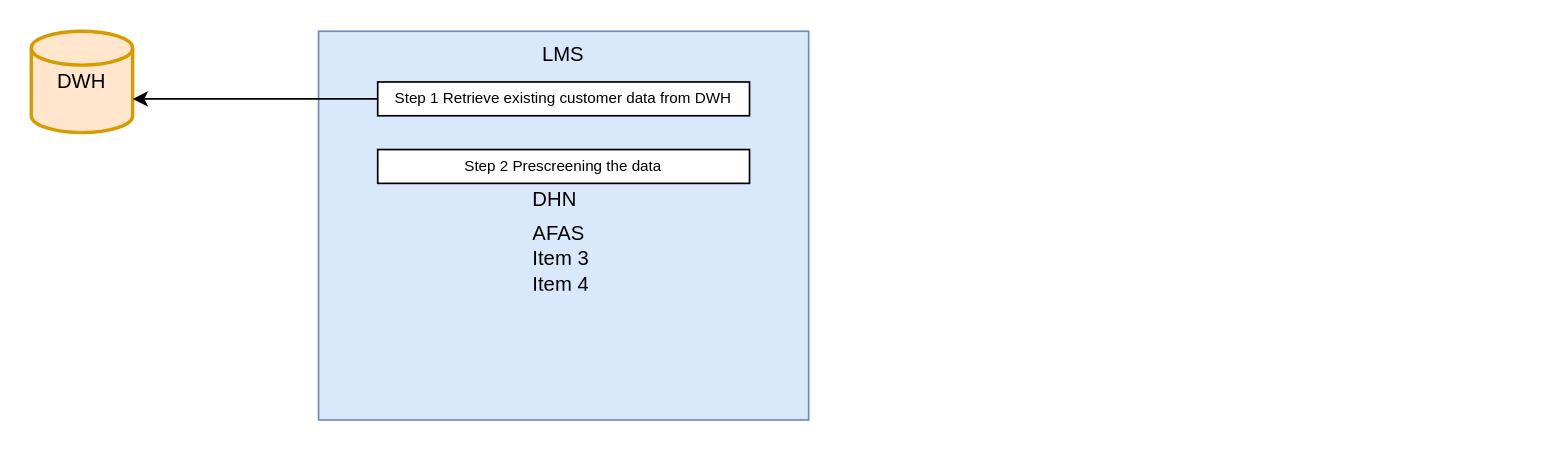
Above: Vell pre-approve.drawio in paidaxingz/draw.io (draw.io), before the change. Source tidied: cells renumbered, new cells numbered last; positions are measured from the earlier drawing's top-left corner, leaving out a move shared by most shapes. Both pictures are drawn from the tidied source at 169%, with x=0, y=0 at pixel (30, 30).
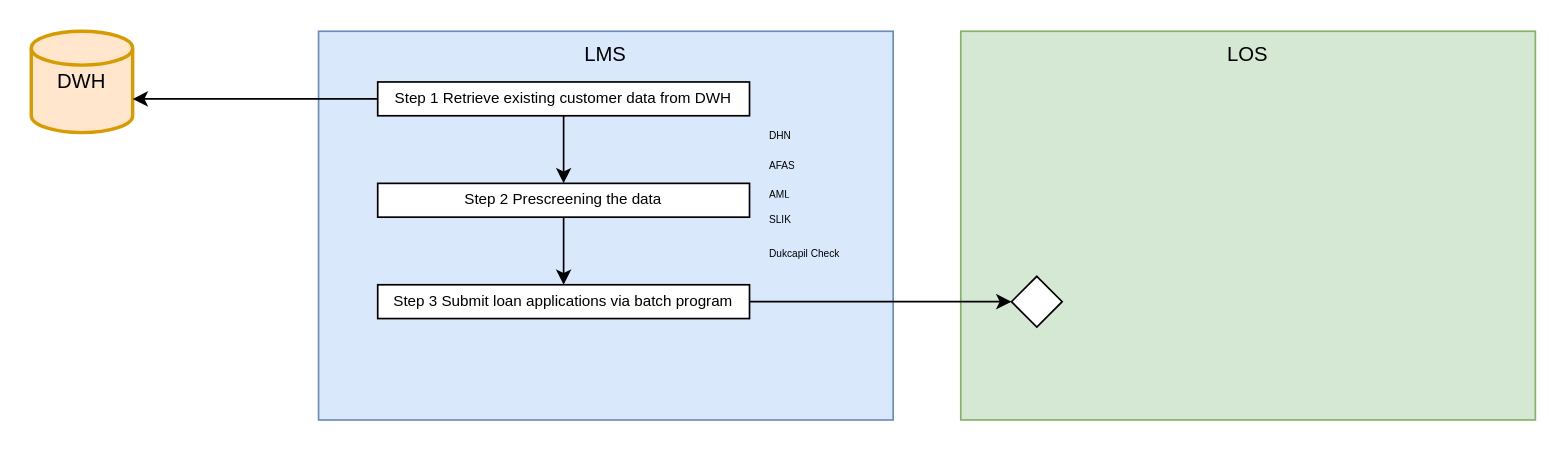
The same diagram, later.

The change refers to these unchanged cells:
```xml
<mxCell id="5" value="&lt;font&gt;Step 1 Retrieve existing customer data from DWH&lt;/font&gt;" style="rounded=0;whiteSpace=wrap;html=1;fontSize=9;labelBackgroundColor=#FFFFFF;" parent="1" vertex="1">
  <mxGeometry x="205" y="30" width="220" height="20" as="geometry" />
</mxCell>
<mxCell id="8" style="shape=tableRow;horizontal=0;startSize=0;swimlaneHead=0;swimlaneBody=0;strokeColor=inherit;top=0;left=0;bottom=0;right=0;fillColor=none;fontSize=16;" parent="7" vertex="1">
  <mxGeometry width="55" height="20" as="geometry" />
</mxCell>
<mxCell id="10" style="shape=tableRow;horizontal=0;startSize=0;swimlaneHead=0;swimlaneBody=0;strokeColor=inherit;top=0;left=0;bottom=0;right=0;fillColor=none;fontSize=16;" parent="7" vertex="1">
  <mxGeometry y="20" width="55" height="15" as="geometry" />
</mxCell>
<mxCell id="12" style="shape=tableRow;horizontal=0;startSize=0;swimlaneHead=0;swimlaneBody=0;strokeColor=inherit;top=0;left=0;bottom=0;right=0;fillColor=none;fontSize=16;" parent="7" vertex="1">
  <mxGeometry y="35" width="55" height="15" as="geometry" />
</mxCell>
```

Diff of the diagram source:
```diff
@@
     <mxCell id="2" value="LMS" style="rounded=0;whiteSpace=wrap;html=1;fillColor=#dae8fc;strokeColor=#6c8ebf;align=center;verticalAlign=top;" parent="1" vertex="1">
-      <mxGeometry x="170" width="290" height="230" as="geometry" />
+      <mxGeometry x="170" width="340" height="230" as="geometry" />
     </mxCell>
@@
+    <mxCell id="16" style="edgeStyle=orthogonalEdgeStyle;rounded=0;jettySize=auto;html=1;exitX=0.5;exitY=1;exitDx=0;exitDy=0;fontSize=4;startSize=4;" parent="1" edge="1" source="5" target="6">
+      <mxGeometry relative="1" as="geometry" />
+    </mxCell>
@@
+    <mxCell id="17" style="edgeStyle=orthogonalEdgeStyle;rounded=0;jettySize=auto;html=1;exitX=0.5;exitY=1;exitDx=0;exitDy=0;entryX=0.5;entryY=0;entryDx=0;entryDy=0;" parent="1" edge="1" source="6" target="19">
+      <mxGeometry relative="1" as="geometry" />
+    </mxCell>
     <mxCell id="6" value="&lt;font&gt;Step 2 Prescreening the data&lt;/font&gt;" style="rounded=0;whiteSpace=wrap;html=1;fontSize=9;labelBackgroundColor=#FFFFFF;" parent="1" vertex="1">
-      <mxGeometry x="205" y="70" width="220" height="20" as="geometry" />
+      <mxGeometry x="205" y="90" width="220" height="20" as="geometry" />
     </mxCell>
-    <mxCell id="7" style="shape=table;startSize=0;childLayout=tableLayout;fontSize=11;fillColor=none;strokeColor=none;" parent="1" vertex="1">
-      <mxGeometry x="290" y="90" width="55" height="65" as="geometry" />
+    <mxCell id="7" style="shape=table;startSize=0;childLayout=tableLayout;fontSize=8;fillColor=none;strokeColor=none;" parent="1" vertex="1">
+      <mxGeometry x="430" y="50" width="55" height="70" as="geometry" />
     </mxCell>
@@
-    <mxCell id="9" value="DHN" style="shape=partialRectangle;html=1;whiteSpace=wrap;strokeColor=inherit;overflow=hidden;fillColor=none;top=0;left=0;bottom=0;right=0;fontSize=12;align=left;spacingLeft=5;" parent="8" vertex="1">
+    <mxCell id="9" value="&lt;font style=&quot;font-size: 6px;&quot;&gt;DHN&lt;/font&gt;" style="shape=partialRectangle;html=1;whiteSpace=wrap;strokeColor=inherit;overflow=hidden;fillColor=none;top=0;left=0;bottom=0;right=0;fontSize=12;align=left;spacingLeft=5;" parent="8" vertex="1">
       <mxGeometry width="55" height="20" as="geometry" />
     </mxCell>
@@
-    <mxCell id="11" value="AFAS" style="shape=partialRectangle;html=1;whiteSpace=wrap;strokeColor=inherit;overflow=hidden;fillColor=none;top=0;left=0;bottom=0;right=0;fontSize=12;align=left;spacingLeft=5;" parent="10" vertex="1">
+    <mxCell id="11" value="&lt;font style=&quot;font-size: 6px;&quot;&gt;AFAS&lt;/font&gt;" style="shape=partialRectangle;html=1;whiteSpace=wrap;strokeColor=inherit;overflow=hidden;fillColor=none;top=0;left=0;bottom=0;right=0;fontSize=10;align=left;spacingLeft=5;" parent="10" vertex="1">
       <mxGeometry width="55" height="15" as="geometry" />
     </mxCell>
@@
-    <mxCell id="13" value="Item 3" style="shape=partialRectangle;html=1;whiteSpace=wrap;strokeColor=inherit;overflow=hidden;fillColor=none;top=0;left=0;bottom=0;right=0;fontSize=12;align=left;spacingLeft=5;" parent="12" vertex="1">
+    <mxCell id="13" value="&lt;font style=&quot;font-size: 6px;&quot;&gt;AML&lt;/font&gt;" style="shape=partialRectangle;html=1;whiteSpace=wrap;strokeColor=inherit;overflow=hidden;fillColor=none;top=0;left=0;bottom=0;right=0;fontSize=12;align=left;spacingLeft=5;verticalAlign=middle;" parent="12" vertex="1">
       <mxGeometry width="55" height="15" as="geometry" />
     </mxCell>
     <mxCell id="14" style="shape=tableRow;horizontal=0;startSize=0;swimlaneHead=0;swimlaneBody=0;strokeColor=inherit;top=0;left=0;bottom=0;right=0;fillColor=none;fontSize=16;" parent="7" vertex="1">
-      <mxGeometry y="50" width="55" height="15" as="geometry" />
+      <mxGeometry y="50" width="55" height="20" as="geometry" />
     </mxCell>
-    <mxCell id="15" value="Item 4" style="shape=partialRectangle;html=1;whiteSpace=wrap;strokeColor=inherit;overflow=hidden;fillColor=none;top=0;left=0;bottom=0;right=0;fontSize=12;align=left;spacingLeft=5;" parent="14" vertex="1">
-      <mxGeometry width="55" height="15" as="geometry" />
+    <mxCell id="15" value="&lt;font style=&quot;font-size: 6px;&quot;&gt;SLIK&lt;/font&gt;" style="shape=partialRectangle;html=1;whiteSpace=wrap;strokeColor=inherit;overflow=hidden;fillColor=none;top=0;left=0;bottom=0;right=0;fontSize=12;align=left;spacingLeft=5;verticalAlign=middle;" parent="14" vertex="1">
+      <mxGeometry width="55" height="20" as="geometry" />
     </mxCell>
+    <mxCell id="18" value="&lt;font style=&quot;font-size: 6px;&quot;&gt;Dukcapil Check&lt;/font&gt;" style="shape=partialRectangle;html=1;whiteSpace=wrap;strokeColor=inherit;overflow=hidden;fillColor=none;top=0;left=0;bottom=0;right=0;fontSize=12;align=left;spacingLeft=5;verticalAlign=middle;" parent="1" vertex="1">
+      <mxGeometry x="430" y="120" width="55" height="20" as="geometry" />
+    </mxCell>
+    <mxCell id="19" value="&lt;font&gt;Step 3 Submit loan applications via batch program&lt;/font&gt;" style="rounded=0;whiteSpace=wrap;html=1;fontSize=9;labelBackgroundColor=#FFFFFF;" parent="1" vertex="1">
+      <mxGeometry x="205" y="150" width="220" height="20" as="geometry" />
+    </mxCell>
+    <mxCell id="20" value="LOS" style="rounded=0;whiteSpace=wrap;html=1;fillColor=#d5e8d4;strokeColor=#82b366;align=center;verticalAlign=top;" parent="1" vertex="1">
+      <mxGeometry x="550" width="340" height="230" as="geometry" />
+    </mxCell>
+    <mxCell id="21" style="rhombus;whiteSpace=wrap;html=1;" parent="1" vertex="1">
+      <mxGeometry x="580" y="145" width="30" height="30" as="geometry" />
+    </mxCell>
+    <mxCell id="22" style="edgeStyle=orthogonalEdgeStyle;rounded=0;jettySize=auto;html=1;exitX=1;exitY=0.5;exitDx=0;exitDy=0;entryX=0;entryY=0.5;entryDx=0;entryDy=0;" parent="1" edge="1" source="19" target="21">
+      <mxGeometry relative="1" as="geometry" />
+    </mxCell>
```
